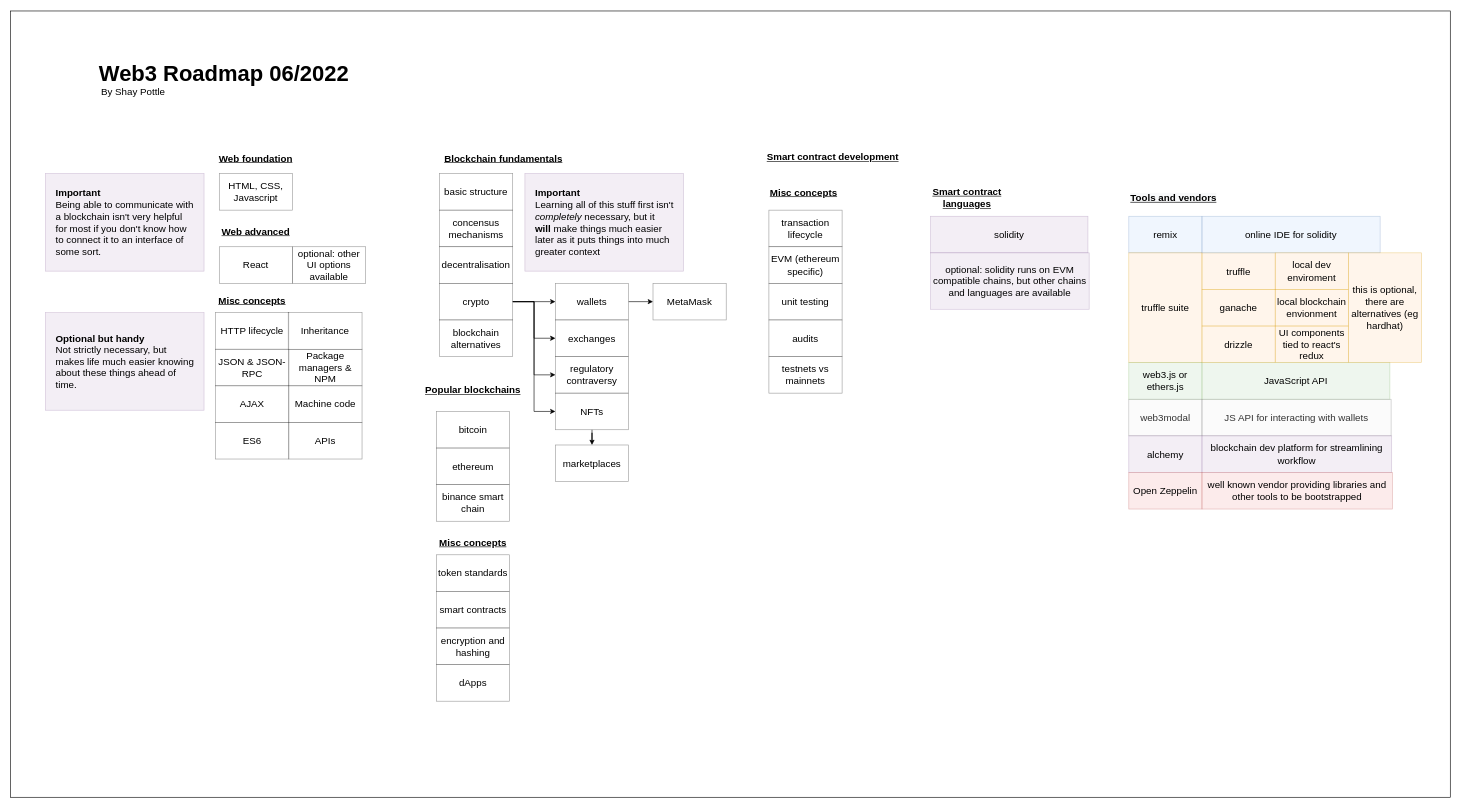
Earlier version of the draw.io diagram page "Overarching map" (1 of 4) of web3_roadmap.drawio (p3z/web3-lab). Source tidied: cells renumbered, new cells numbered last; positions are measured from the earlier drawing's top-left corner, leaving out a move shared by most shapes. Both pictures are drawn from the tidied source at 61%, with x=0, y=0 at pixel (10, 11).
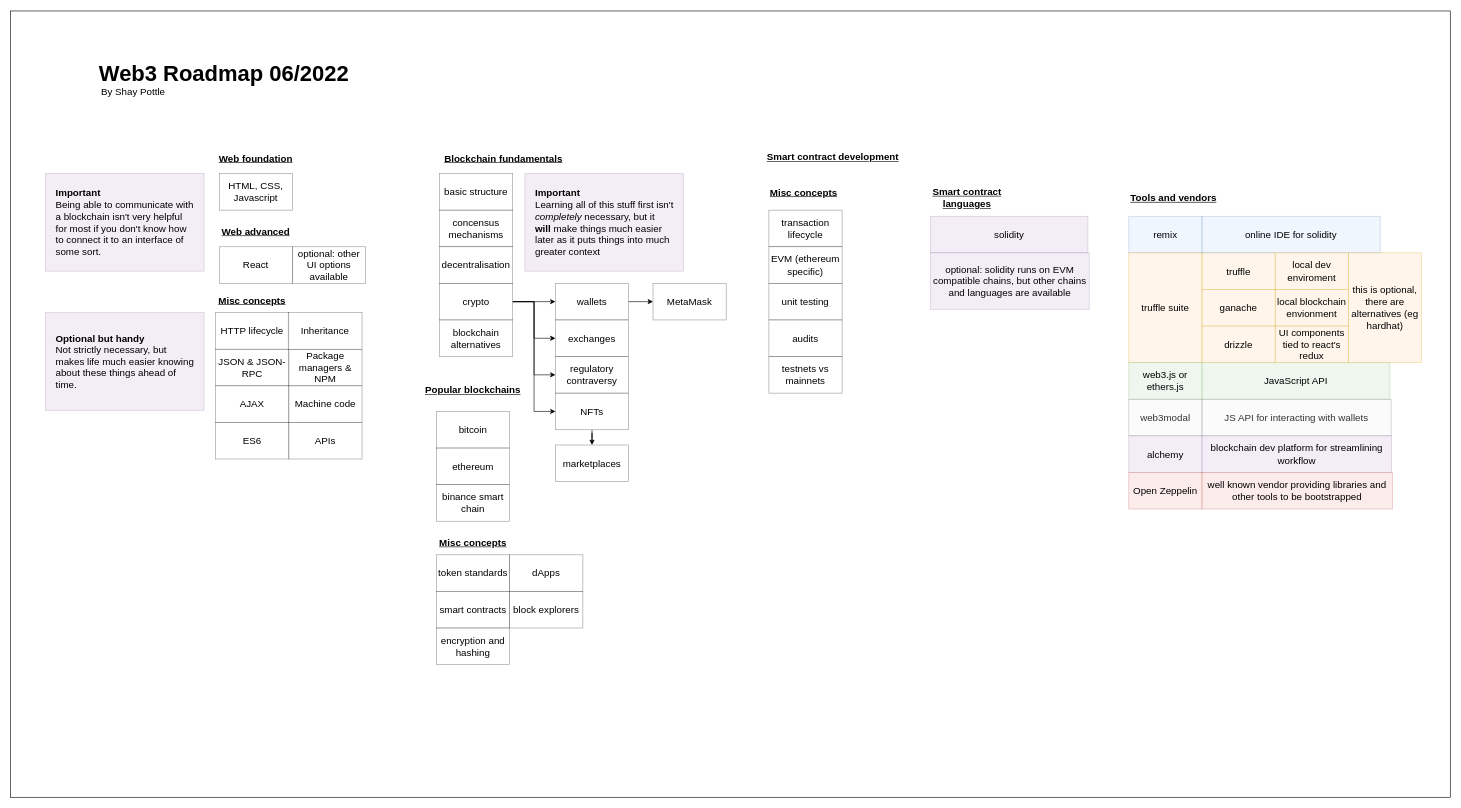
The same diagram, later.

Commit message (it also covers changes not shown here):
Add block explorers to roadmap, update package lock

Change to the diagram source:
```diff
@@
-    <mxCell id="58" value="dApps" style="rounded=0;whiteSpace=wrap;html=1;fontSize=16;opacity=40;" parent="1" vertex="1">
-      <mxGeometry x="698" y="1071" width="120" height="60" as="geometry" />
+    <mxCell id="58" value="block explorers" style="rounded=0;whiteSpace=wrap;html=1;fontSize=16;opacity=40;" parent="1" vertex="1">
+      <mxGeometry x="818" y="951" width="120" height="60" as="geometry" />
     </mxCell>
@@
+    <mxCell id="78" value="dApps" style="rounded=0;whiteSpace=wrap;html=1;fontSize=16;opacity=40;" parent="1" vertex="1">
+      <mxGeometry x="818" y="891" width="120" height="60" as="geometry" />
+    </mxCell>
```
